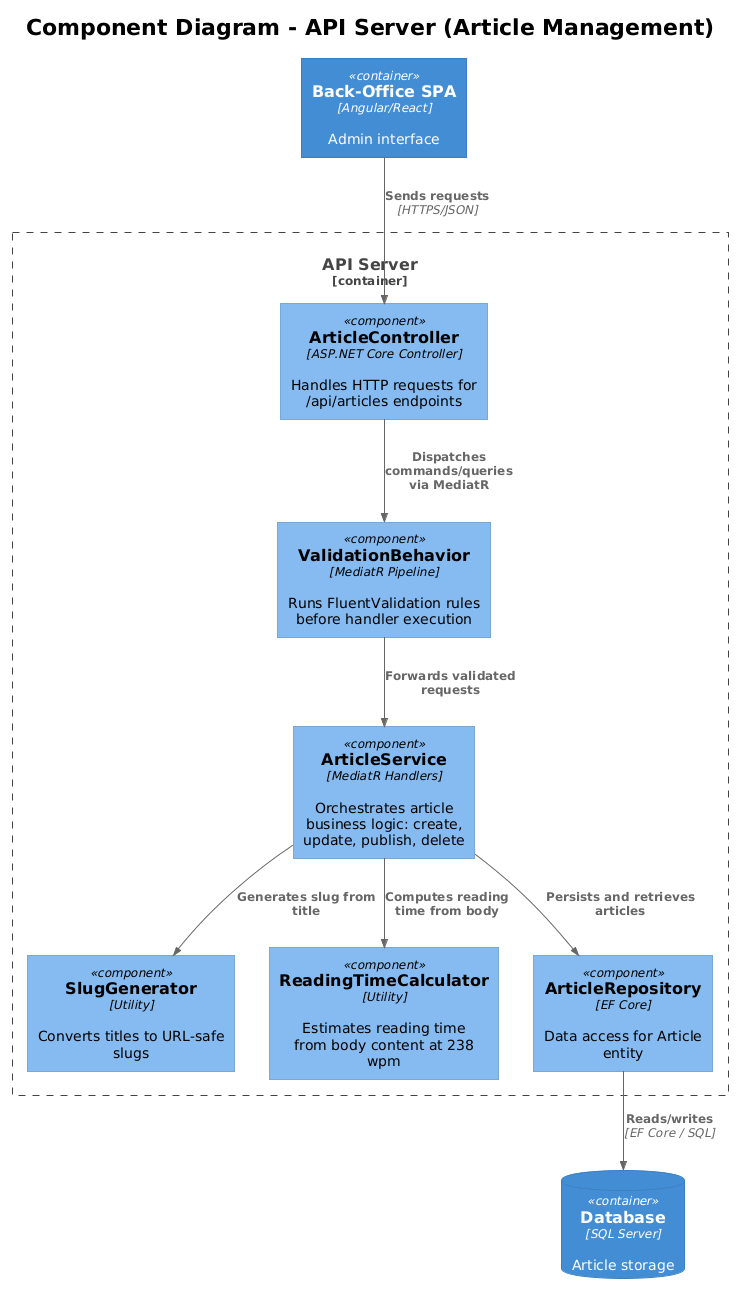
Earlier version of the PlantUML export docs/detailed-designs/02-article-management/diagrams/c4_component.png (QuinntyneBrown/Blog). Its diagram source:
```plantuml
@startuml
!theme plain
!include <C4/C4_Component>

title Component Diagram - API Server (Article Management)

Container(spa, "Back-Office SPA", "Angular/React", "Admin interface")
ContainerDb(db, "Database", "SQL Server", "Article storage")

Container_Boundary(api, "API Server") {
    Component(controller, "ArticleController", "ASP.NET Core Controller", "Handles HTTP requests for /api/articles endpoints")
    Component(validation, "ValidationBehavior", "MediatR Pipeline", "Runs FluentValidation rules before handler execution")
    Component(service, "ArticleService", "MediatR Handlers", "Orchestrates article business logic: create, update, publish, delete")
    Component(slugGen, "SlugGenerator", "Utility", "Converts titles to URL-safe slugs")
    Component(readingTime, "ReadingTimeCalculator", "Utility", "Estimates reading time from body content at 238 wpm")
    Component(repo, "ArticleRepository", "EF Core", "Data access for Article entity")
}

Rel(spa, controller, "Sends requests", "HTTPS/JSON")
Rel(controller, validation, "Dispatches commands/queries via MediatR")
Rel(validation, service, "Forwards validated requests")
Rel(service, slugGen, "Generates slug from title")
Rel(service, readingTime, "Computes reading time from body")
Rel(service, repo, "Persists and retrieves articles")
Rel(repo, db, "Reads/writes", "EF Core / SQL")
@enduml
```
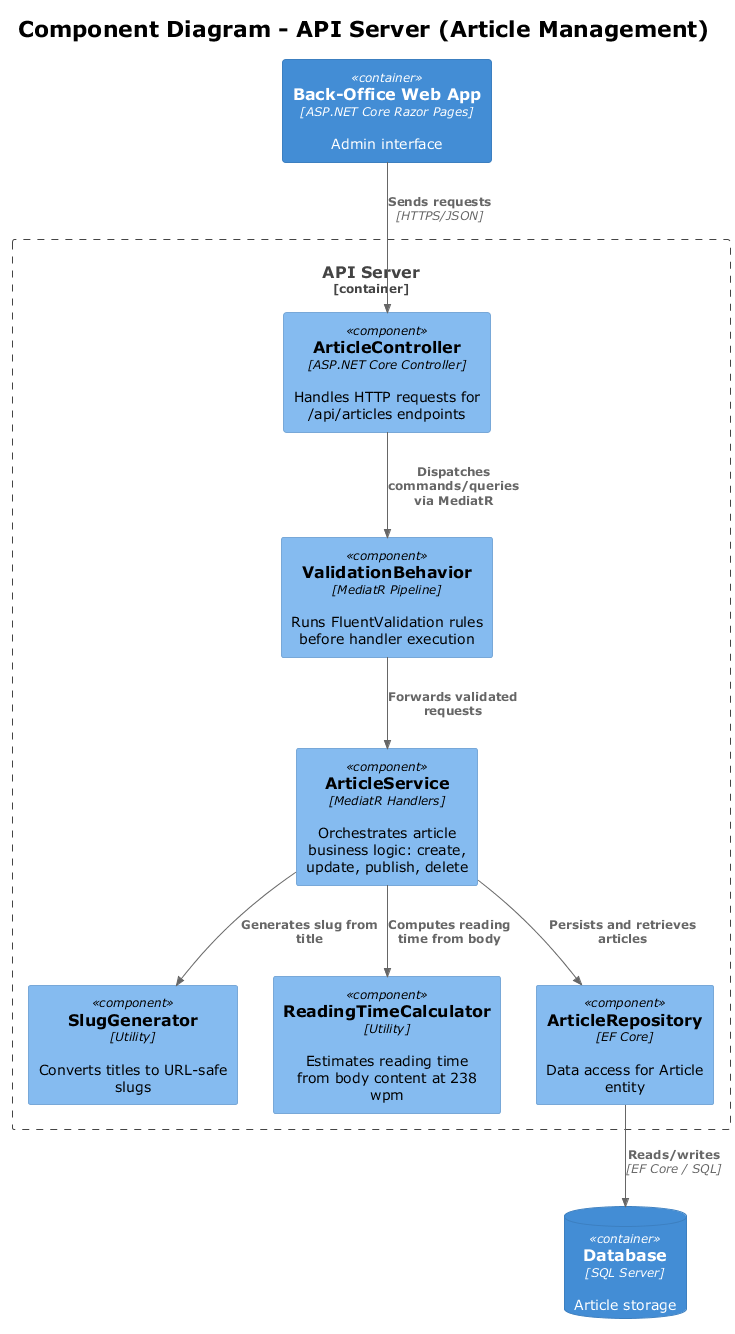
The same file after the commit.

Change to the diagram source:
```diff
@@ -1,10 +1,10 @@
-@startuml
+@startuml c4_component
 !theme plain
 !include <C4/C4_Component>
 
 title Component Diagram - API Server (Article Management)
 
-Container(spa, "Back-Office SPA", "Angular/React", "Admin interface")
+Container(web, "Back-Office Web App", "ASP.NET Core Razor Pages", "Admin interface")
 ContainerDb(db, "Database", "SQL Server", "Article storage")
 
 Container_Boundary(api, "API Server") {
@@ -16,11 +16,12 @@
     Component(repo, "ArticleRepository", "EF Core", "Data access for Article entity")
 }
 
-Rel(spa, controller, "Sends requests", "HTTPS/JSON")
+Rel(web, controller, "Sends requests", "HTTPS/JSON")
 Rel(controller, validation, "Dispatches commands/queries via MediatR")
 Rel(validation, service, "Forwards validated requests")
 Rel(service, slugGen, "Generates slug from title")
 Rel(service, readingTime, "Computes reading time from body")
 Rel(service, repo, "Persists and retrieves articles")
 Rel(repo, db, "Reads/writes", "EF Core / SQL")
+
 @enduml
```
